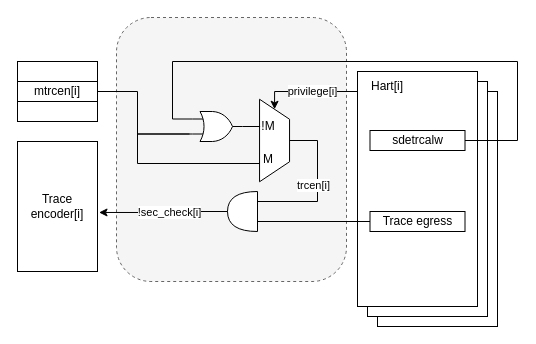
The draw.io diagram page "Page-3" (2 of 2) of images/external_debug_protection.drawio in riscv-non-isa/riscv-external-debug-security, before the edit. Source tidied: cells renumbered, new cells numbered last; positions are measured from the earlier drawing's top-left corner, leaving out a move shared by most shapes. Both pictures are drawn from the tidied source at 100%, with x=0, y=0 at pixel (17, 17).
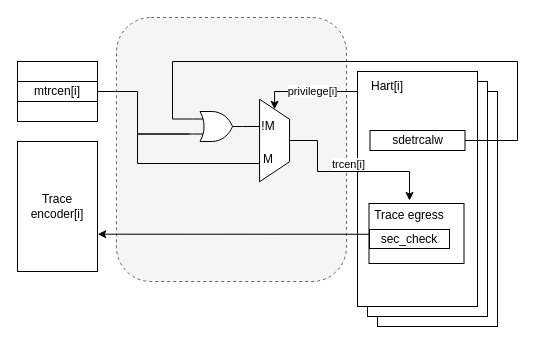
The same diagram, later.

The change refers to these unchanged cells:
```xml
<mxCell id="5" value="Trace encoder[i]" style="rounded=0;whiteSpace=wrap;html=1;" parent="1" vertex="1">
  <mxGeometry y="124" width="80" height="130" as="geometry" />
</mxCell>
<mxCell id="19" style="shape=trapezoid;perimeter=trapezoidPerimeter;whiteSpace=wrap;html=1;fixedSize=1;rotation=90;" parent="18" vertex="1">
  <mxGeometry x="-9.2" y="30" width="82.5" height="30" as="geometry" />
</mxCell>
```

What changed in the source:
```diff
@@
-    <mxCell id="11" style="edgeStyle=orthogonalEdgeStyle;rounded=0;jettySize=auto;html=1;entryX=0.5;entryY=0;entryDx=0;entryDy=0;startArrow=none;startFill=0;endArrow=none;endFill=0;exitX=0;exitY=0.75;exitDx=0;exitDy=0;exitPerimeter=0;" parent="1" edge="1" source="13" target="19">
-      <mxGeometry relative="1" as="geometry">
-        <Array as="points">
-          <mxPoint x="300" y="184" />
-          <mxPoint x="300" y="123" />
-        </Array>
-      </mxGeometry>
-    </mxCell>
-    <mxCell id="12" value="trcen[i]" style="edgeLabel;html=1;align=center;verticalAlign=middle;" parent="11" vertex="1">
-      <mxGeometry x="-0.06" y="-1" relative="1" as="geometry">
-        <mxPoint x="-6" y="-7" as="offset" />
-      </mxGeometry>
-    </mxCell>
-    <mxCell id="13" style="shape=or;whiteSpace=wrap;html=1;rotation=-180;" parent="1" vertex="1">
-      <mxGeometry x="210" y="174" width="30" height="40" as="geometry" />
-    </mxCell>
@@
-    <mxCell id="27" style="edgeStyle=orthogonalEdgeStyle;rounded=0;jettySize=auto;html=1;exitX=0;exitY=0.25;exitDx=0;exitDy=0;exitPerimeter=0;endArrow=none;endFill=0;entryX=0;entryY=0.5;entryDx=0;entryDy=0;" parent="1" edge="1" source="13" target="30">
-      <mxGeometry relative="1" as="geometry" />
-    </mxCell>
-    <mxCell id="28" style="edgeStyle=orthogonalEdgeStyle;rounded=0;jettySize=auto;html=1;exitX=1;exitY=0.5;exitDx=0;exitDy=0;exitPerimeter=0;entryX=1.019;entryY=0.546;entryDx=0;entryDy=0;entryPerimeter=0;" parent="1" edge="1" source="13" target="5">
-      <mxGeometry relative="1" as="geometry" />
-    </mxCell>
-    <mxCell id="29" value="!sec_check[i]" style="edgeLabel;html=1;align=center;verticalAlign=middle;" parent="28" vertex="1">
-      <mxGeometry x="0.07" relative="1" as="geometry">
-        <mxPoint x="9" as="offset" />
-      </mxGeometry>
-    </mxCell>
+    <mxCell id="31" style="group;" parent="1" vertex="1">
+      <mxGeometry x="340" y="205" width="107.5" height="49" as="geometry" />
+    </mxCell>
+    <mxCell id="32" style="group;" parent="31" vertex="1">
+      <mxGeometry x="-1" y="-19" width="107.5" height="60" as="geometry" />
+    </mxCell>
-    <mxCell id="30" value="Trace egress" style="rounded=0;whiteSpace=wrap;html=1;" parent="1" vertex="1">
-      <mxGeometry x="352.5" y="194" width="95" height="20" as="geometry" />
+    <mxCell id="30" style="rounded=0;whiteSpace=wrap;html=1;" parent="32" vertex="1">
+      <mxGeometry x="12.5" width="95" height="60" as="geometry" />
     </mxCell>
+    <mxCell id="33" value="Trace egress" style="text;html=1;align=center;verticalAlign=middle;whiteSpace=wrap;rounded=0;" parent="32" vertex="1">
+      <mxGeometry x="3" y="-3" width="100" height="30" as="geometry" />
+    </mxCell>
+    <mxCell id="34" value="sec_check" style="rounded=0;whiteSpace=wrap;html=1;" parent="32" vertex="1">
+      <mxGeometry x="13" y="26" width="80" height="19" as="geometry" />
+    </mxCell>
+    <mxCell id="11" style="edgeStyle=orthogonalEdgeStyle;rounded=0;jettySize=auto;html=1;entryX=0.5;entryY=0;entryDx=0;entryDy=0;startArrow=classic;startFill=1;endArrow=none;endFill=0;exitX=0.5;exitY=0;exitDx=0;exitDy=0;" parent="1" edge="1" source="33" target="19">
+      <mxGeometry relative="1" as="geometry">
+        <Array as="points">
+          <mxPoint x="392" y="154" />
+          <mxPoint x="300" y="154" />
+          <mxPoint x="300" y="123" />
+        </Array>
+      </mxGeometry>
+    </mxCell>
+    <mxCell id="12" value="trcen[i]" style="edgeLabel;html=1;align=center;verticalAlign=middle;" parent="11" vertex="1">
+      <mxGeometry x="-0.06" y="-1" relative="1" as="geometry">
+        <mxPoint x="-6" y="-7" as="offset" />
+      </mxGeometry>
+    </mxCell>
+    <mxCell id="35" style="endArrow=classic;html=1;rounded=0;exitX=0;exitY=0.25;exitDx=0;exitDy=0;entryX=1.003;entryY=0.713;entryDx=0;entryDy=0;entryPerimeter=0;" parent="1" edge="1" source="34" target="5">
+      <mxGeometry relative="1" as="geometry" />
+    </mxCell>
```
